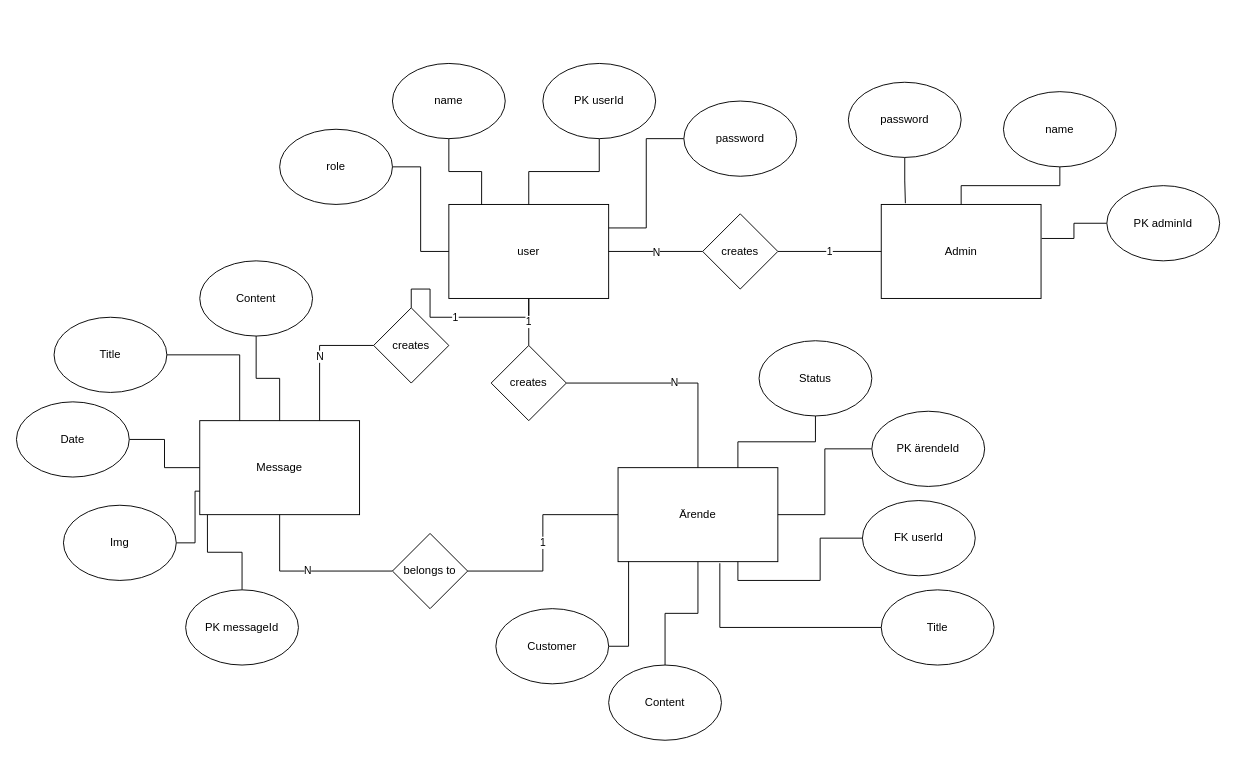
Before: er-inge-bra-bygg.drawio in iths-feu-jsu-2021/slutprojekt-backend, a draw.io diagram. Source tidied: cells renumbered, new cells numbered last; positions are measured from the earlier drawing's top-left corner, leaving out a move shared by most shapes. Both pictures are drawn from the tidied source at 94%, with x=0, y=0 at pixel (16, 63).
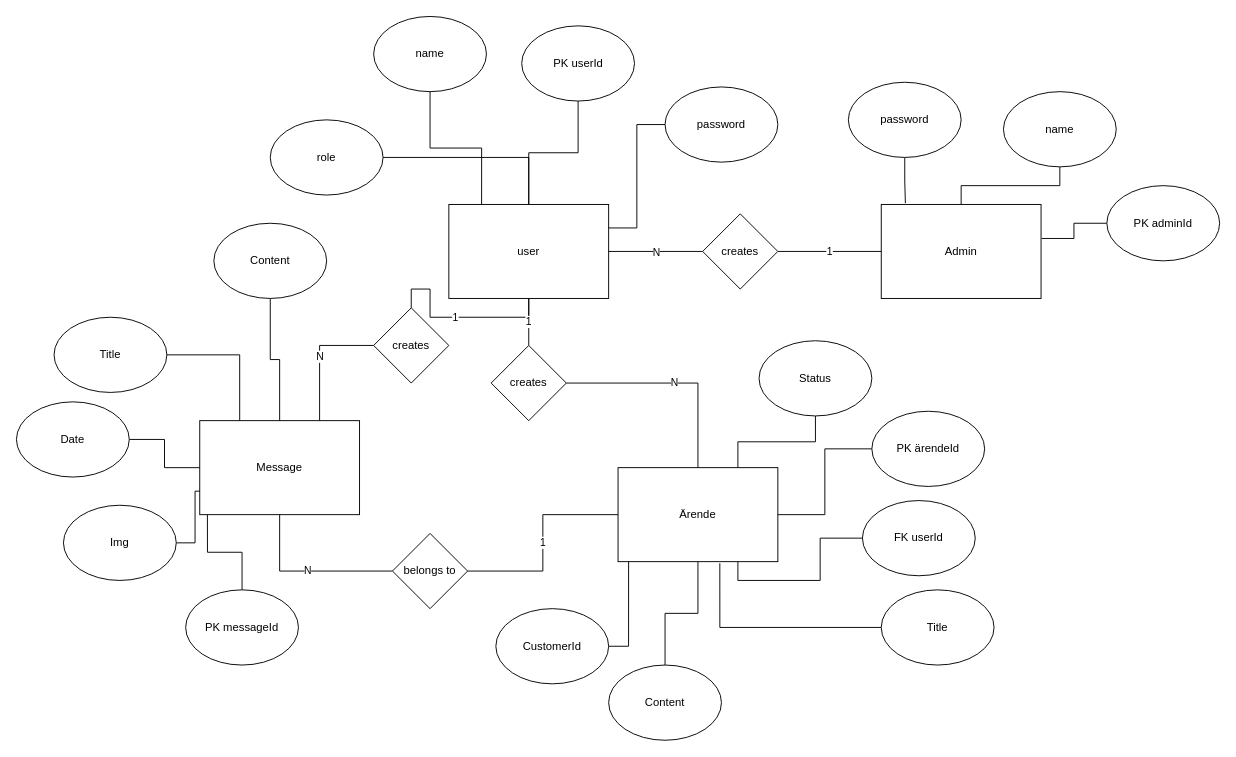
The same diagram, later.

Change to the diagram source:
```diff
@@
     <mxCell id="9" value="PK userId" style="ellipse;whiteSpace=wrap;html=1;" parent="1" vertex="1">
-      <mxGeometry x="560" width="120" height="80" as="geometry" />
+      <mxGeometry x="537.5" y="-40" width="120" height="80" as="geometry" />
     </mxCell>
@@
     <mxCell id="11" value="name" style="ellipse;whiteSpace=wrap;html=1;" parent="1" vertex="1">
-      <mxGeometry x="400" width="120" height="80" as="geometry" />
+      <mxGeometry x="380" y="-50" width="120" height="80" as="geometry" />
     </mxCell>
@@
     <mxCell id="13" value="role" style="ellipse;whiteSpace=wrap;html=1;" parent="1" vertex="1">
-      <mxGeometry x="280" y="70" width="120" height="80" as="geometry" />
+      <mxGeometry x="270" y="60" width="120" height="80" as="geometry" />
     </mxCell>
@@
     <mxCell id="31" value="Content" style="ellipse;whiteSpace=wrap;html=1;" parent="1" vertex="1">
-      <mxGeometry x="195" y="210" width="120" height="80" as="geometry" />
+      <mxGeometry x="210" y="170" width="120" height="80" as="geometry" />
     </mxCell>
@@
-    <mxCell id="41" value="Customer" style="ellipse;whiteSpace=wrap;html=1;" parent="1" vertex="1">
+    <mxCell id="41" value="CustomerId" style="ellipse;whiteSpace=wrap;html=1;" parent="1" vertex="1">
       <mxGeometry x="510" y="580" width="120" height="80" as="geometry" />
     </mxCell>
@@
     <mxCell id="49" value="password" style="ellipse;whiteSpace=wrap;html=1;" parent="1" vertex="1">
-      <mxGeometry x="710" y="40" width="120" height="80" as="geometry" />
+      <mxGeometry x="690" y="25" width="120" height="80" as="geometry" />
     </mxCell>
```
